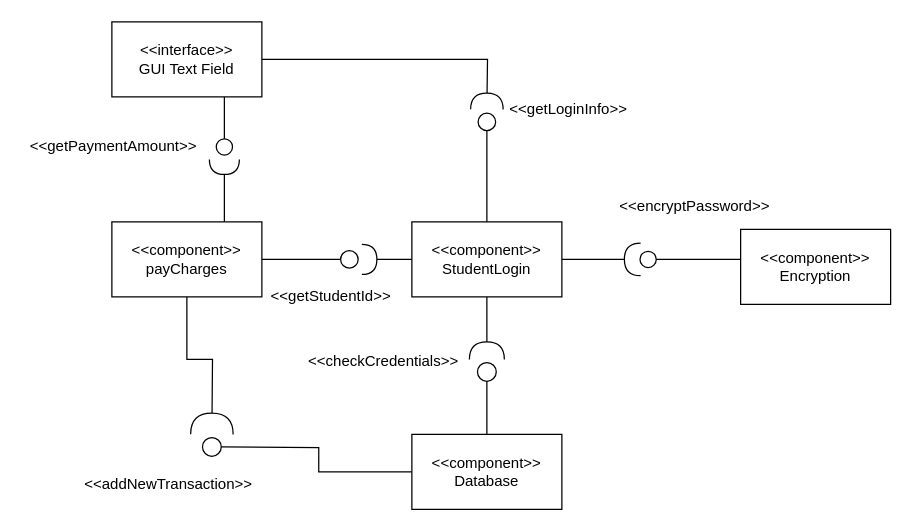
Earlier version of the draw.io diagram page "payCharges" (3 of 5) of DesignDocument1.drawio (ImBrent/ClassWork). Source tidied: cells renumbered, new cells numbered last; positions are measured from the earlier drawing's top-left corner, leaving out a move shared by most shapes. Both pictures are drawn from the tidied source at 125%, with x=0, y=0 at pixel (21, 21).
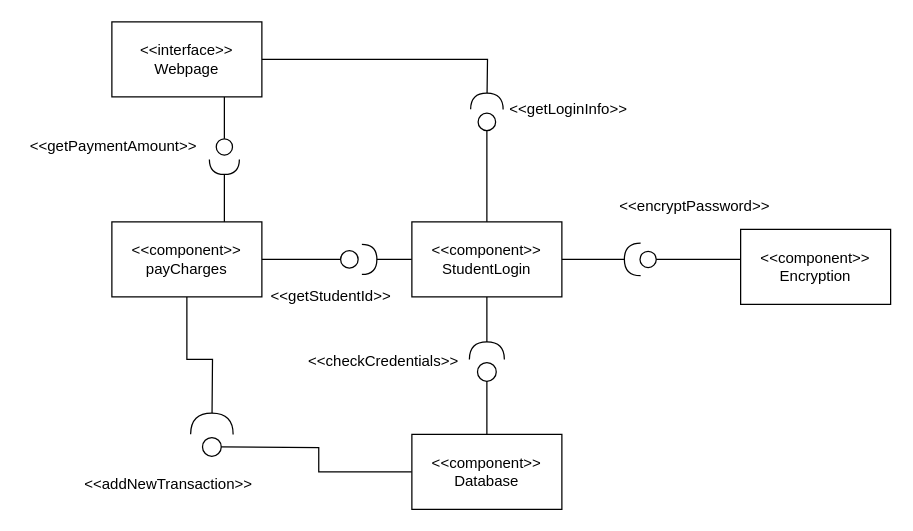
The same page after the edit.

Diff of the diagram source:
```diff
@@
-    <mxCell id="4" value="&lt;div&gt;&amp;lt;&amp;lt;interface&amp;gt;&amp;gt;&lt;/div&gt;&lt;div&gt;GUI Text Field&lt;br&gt;&lt;/div&gt;" style="rounded=0;whiteSpace=wrap;html=1;" parent="1" vertex="1">
+    <mxCell id="4" value="&lt;div&gt;&amp;lt;&amp;lt;interface&amp;gt;&amp;gt;&lt;/div&gt;&lt;div&gt;Webpage&lt;br&gt;&lt;/div&gt;" style="rounded=0;whiteSpace=wrap;html=1;" parent="1" vertex="1">
       <mxGeometry x="72" width="120" height="60" as="geometry" />
     </mxCell>
```
